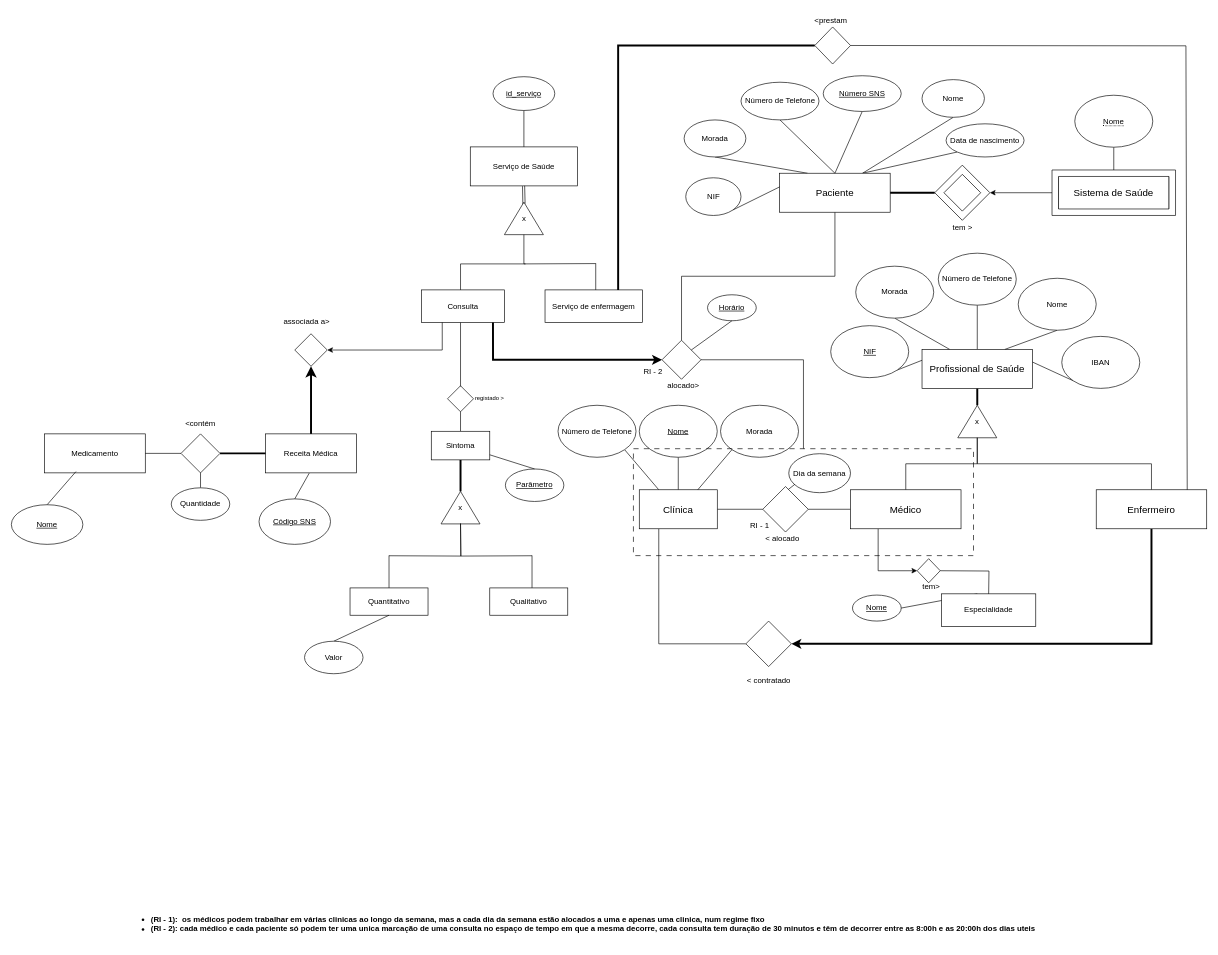
Before: page "Page-1" (1 of 2) of diagrams/modelo_EA.drawio in Zane-dev16/BD-projeto-E1, a draw.io diagram. Source tidied: cells renumbered, new cells numbered last; positions are measured from the earlier drawing's top-left corner, leaving out a move shared by most shapes. Both pictures are drawn from the tidied source at 65%, with x=0, y=0 at pixel (11, 11).
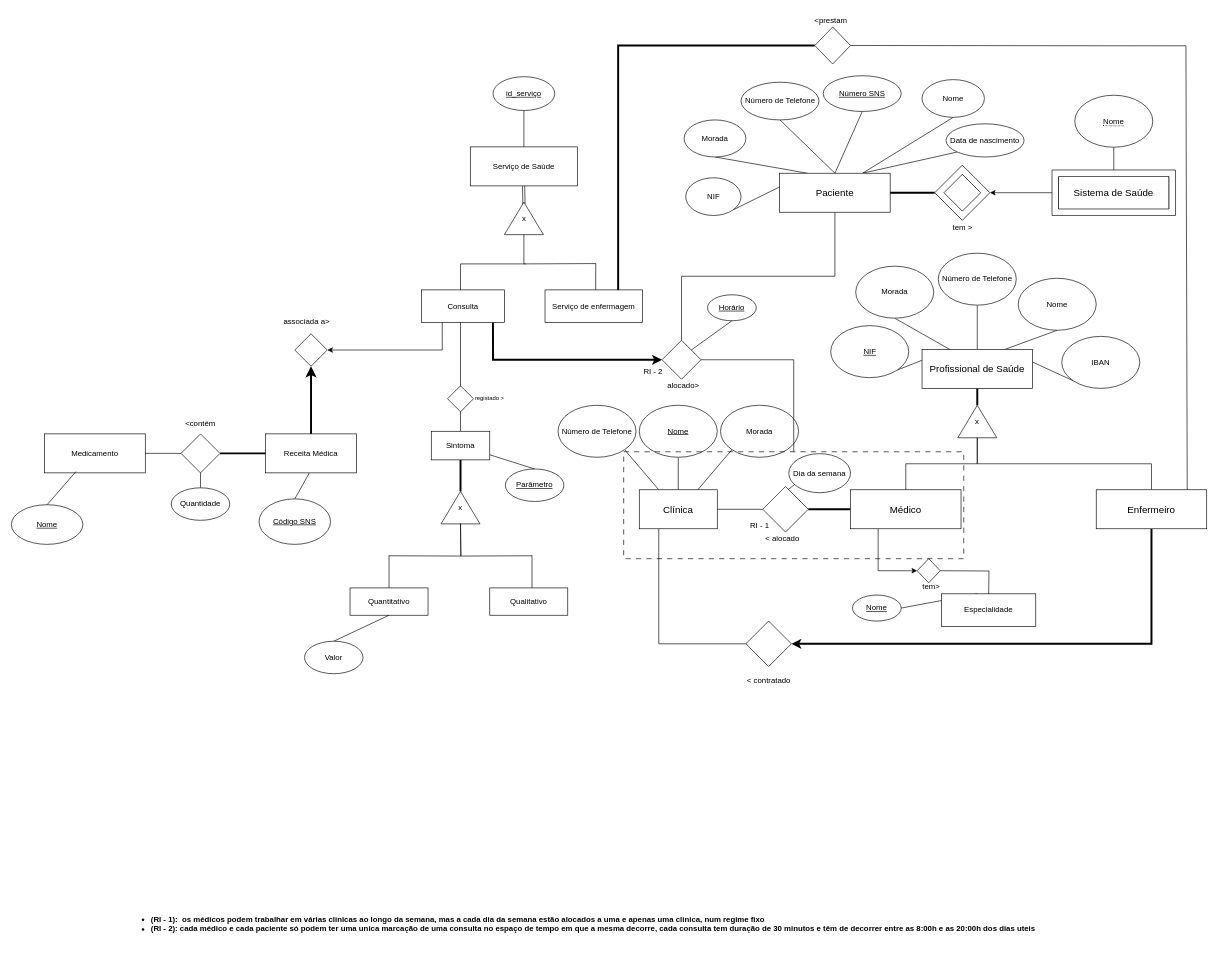
Above is the later version.

Commit message:
Fix doctor connections

The change refers to these unchanged cells:
```xml
<mxCell id="14" style="rhombus;whiteSpace=wrap;html=1;labelBackgroundColor=none;" parent="1" vertex="1">
  <mxGeometry x="1156" y="731" width="70" height="70" as="geometry" />
</mxCell>
<mxCell id="19" value="&lt;span style=&quot;font-size: 15px;&quot;&gt;Médico&lt;/span&gt;" style="rounded=0;whiteSpace=wrap;html=1;labelBackgroundColor=none;" parent="1" vertex="1">
  <mxGeometry x="1291" y="736" width="170" height="60" as="geometry" />
</mxCell>
```

The edit, as a diff of the source:
```diff
@@
-    <mxCell id="18" style="edgeStyle=orthogonalEdgeStyle;rounded=0;jettySize=auto;html=1;exitX=0;exitY=0.5;exitDx=0;exitDy=0;entryX=1;entryY=0.5;entryDx=0;entryDy=0;endArrow=none;endFill=0;" parent="1" edge="1" source="19" target="14">
+    <mxCell id="18" style="edgeStyle=orthogonalEdgeStyle;rounded=0;jettySize=auto;html=1;exitX=0;exitY=0.5;exitDx=0;exitDy=0;entryX=1;entryY=0.5;entryDx=0;entryDy=0;endArrow=none;endFill=0;strokeWidth=3;" parent="1" edge="1" source="19" target="14">
       <mxGeometry relative="1" as="geometry" />
     </mxCell>
@@
     <mxCell id="94" style="rounded=0;whiteSpace=wrap;html=1;fillColor=none;dashed=1;dashPattern=8 8;" parent="1" vertex="1">
-      <mxGeometry x="957" y="672.8" width="523.2" height="164.5" as="geometry" />
+      <mxGeometry x="942" y="677.5" width="523.2" height="164.5" as="geometry" />
     </mxCell>
```
